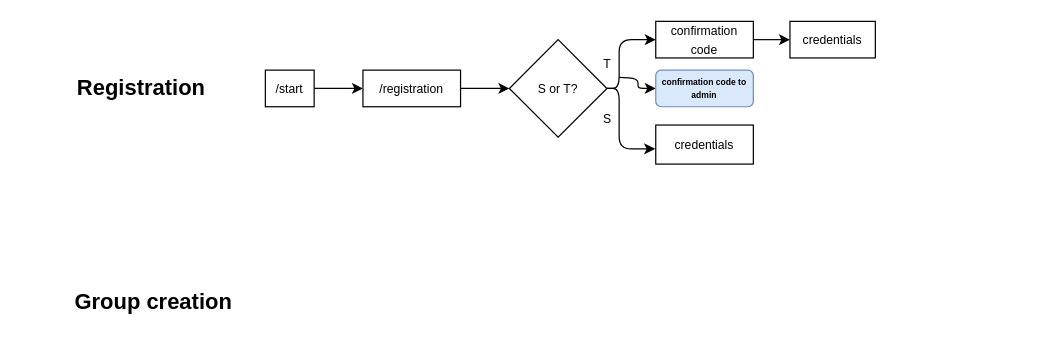
Before: page "Scenarios" (2 of 2) of schema.drawio in StEvseeva/TG_Bot_lessons_mailing, a draw.io diagram. Source tidied: cells renumbered, new cells numbered last; positions are measured from the earlier drawing's top-left corner, leaving out a move shared by most shapes. Both pictures are drawn from the tidied source at 122%, with x=0, y=0 at pixel (61, 21).
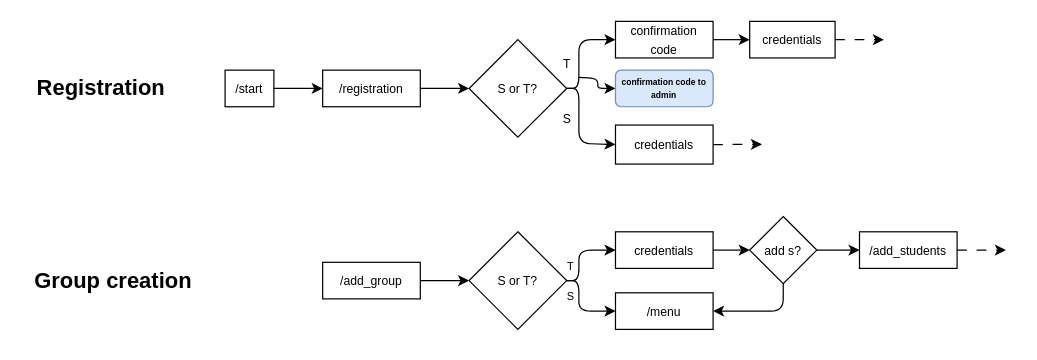
The same page after the edit.

Change to the diagram source:
```diff
@@
-    <mxCell id="2" style="group;" parent="1" vertex="1">
-      <mxGeometry width="667" height="117" as="geometry" />
-    </mxCell>
+    <mxCell id="20" style="group;" parent="1" vertex="1">
+      <mxGeometry x="-33" y="160" width="807" height="92.5" as="geometry" />
+    </mxCell>
+    <mxCell id="19" value="&lt;h2&gt;Group creation&lt;/h2&gt;" style="text;html=1;align=center;verticalAlign=middle;strokeColor=none;fillColor=none;" parent="20" vertex="1">
+      <mxGeometry y="22.5" width="150" height="60" as="geometry" />
+    </mxCell>
+    <mxCell id="21" style="group;" parent="20" vertex="1">
+      <mxGeometry x="247" width="560" height="92.5" as="geometry" />
+    </mxCell>
+    <mxCell id="22" style="edgeStyle=none;html=1;" parent="21" edge="1" source="23" target="24">
+      <mxGeometry relative="1" as="geometry" />
+    </mxCell>
+    <mxCell id="23" value="&lt;font style=&quot;font-size: 10px;&quot;&gt;/add_group&lt;/font&gt;" style="whiteSpace=wrap;html=1;" parent="21" vertex="1">
+      <mxGeometry y="37.5" width="80" height="30" as="geometry" />
+    </mxCell>
+    <mxCell id="24" value="&lt;font style=&quot;font-size: 10px;&quot;&gt;S or T?&lt;/font&gt;" style="rhombus;whiteSpace=wrap;html=1;" parent="21" vertex="1">
+      <mxGeometry x="120" y="12.5" width="80" height="80" as="geometry" />
+    </mxCell>
+    <mxCell id="25" style="edgeStyle=none;html=1;" parent="21" edge="1" source="26" target="31">
+      <mxGeometry relative="1" as="geometry" />
+    </mxCell>
+    <mxCell id="26" value="&lt;font style=&quot;font-size: 10px;&quot;&gt;credentials&lt;/font&gt;" style="whiteSpace=wrap;html=1;" parent="21" vertex="1">
+      <mxGeometry x="240" y="12.5" width="80" height="30" as="geometry" />
+    </mxCell>
+    <mxCell id="27" style="endArrow=classic;html=1;exitX=1;exitY=0.5;exitDx=0;exitDy=0;entryX=0;entryY=0.5;entryDx=0;entryDy=0;edgeStyle=orthogonalEdgeStyle;" parent="21" edge="1" source="24" target="26">
+      <mxGeometry relative="1" as="geometry">
+        <Array as="points">
+          <mxPoint x="210" y="52.5" />
+          <mxPoint x="210" y="27.5" />
+        </Array>
+      </mxGeometry>
+    </mxCell>
+    <mxCell id="28" value="&lt;span style=&quot;font-size: 10px;&quot;&gt;/menu&lt;/span&gt;" style="whiteSpace=wrap;html=1;" parent="21" vertex="1">
+      <mxGeometry x="240" y="62.5" width="80" height="30" as="geometry" />
+    </mxCell>
+    <mxCell id="29" style="endArrow=classic;html=1;exitX=1;exitY=0.5;exitDx=0;exitDy=0;entryX=0;entryY=0.5;entryDx=0;entryDy=0;edgeStyle=orthogonalEdgeStyle;" parent="21" edge="1" source="24" target="28">
+      <mxGeometry relative="1" as="geometry">
+        <Array as="points">
+          <mxPoint x="210" y="52.5" />
+          <mxPoint x="210" y="77.5" />
+        </Array>
+      </mxGeometry>
+    </mxCell>
+    <mxCell id="30" style="edgeStyle=none;html=1;" parent="21" edge="1" source="31" target="33">
+      <mxGeometry relative="1" as="geometry" />
+    </mxCell>
+    <mxCell id="31" value="&lt;font size=&quot;1&quot;&gt;add s?&lt;/font&gt;" style="rhombus;whiteSpace=wrap;html=1;" parent="21" vertex="1">
+      <mxGeometry x="350" width="55" height="55" as="geometry" />
+    </mxCell>
+    <mxCell id="32" style="endArrow=classic;html=1;exitX=0.5;exitY=1;exitDx=0;exitDy=0;entryX=1;entryY=0.5;entryDx=0;entryDy=0;edgeStyle=orthogonalEdgeStyle;" parent="21" edge="1" source="31" target="28">
+      <mxGeometry relative="1" as="geometry" />
+    </mxCell>
+    <mxCell id="33" value="&lt;font size=&quot;1&quot;&gt;/add_students&lt;/font&gt;" style="whiteSpace=wrap;html=1;" parent="21" vertex="1">
+      <mxGeometry x="440" y="12.5" width="80" height="30" as="geometry" />
+    </mxCell>
+    <mxCell id="34" style="endArrow=classic;html=1;exitX=1;exitY=0.5;exitDx=0;exitDy=0;dashed=1;dashPattern=8 8;" parent="21" edge="1" source="33">
+      <mxGeometry relative="1" as="geometry">
+        <mxPoint x="560" y="27.5" as="targetPoint" />
+      </mxGeometry>
+    </mxCell>
+    <mxCell id="35" value="&lt;font style=&quot;font-size: 9px;&quot;&gt;T&lt;/font&gt;" style="text;html=1;align=center;verticalAlign=middle;strokeColor=none;fillColor=none;" parent="21" vertex="1">
+      <mxGeometry x="188" y="25" width="30" height="30" as="geometry" />
+    </mxCell>
+    <mxCell id="36" value="&lt;font style=&quot;font-size: 9px;&quot;&gt;S&lt;/font&gt;" style="text;html=1;align=center;verticalAlign=middle;strokeColor=none;fillColor=none;" parent="21" vertex="1">
+      <mxGeometry x="188" y="50" width="30" height="30" as="geometry" />
+    </mxCell>
+    <mxCell id="37" style="endArrow=classic;html=1;dashed=1;dashPattern=8 8;" parent="1" edge="1">
+      <mxGeometry relative="1" as="geometry">
+        <mxPoint x="634" y="15" as="sourcePoint" />
+        <mxPoint x="674" y="15" as="targetPoint" />
+      </mxGeometry>
+    </mxCell>
-    <mxCell id="3" value="&lt;h2&gt;Registration&lt;/h2&gt;" style="text;html=1;align=center;verticalAlign=middle;strokeColor=none;fillColor=none;" parent="2" vertex="1">
-      <mxGeometry y="25" width="130" height="60" as="geometry" />
+    <mxCell id="3" value="&lt;h2&gt;Registration&lt;/h2&gt;" style="text;html=1;align=center;verticalAlign=middle;strokeColor=none;fillColor=none;" parent="1" vertex="1">
+      <mxGeometry x="-33" y="25" width="130" height="60" as="geometry" />
     </mxCell>
-    <mxCell id="4" style="edgeStyle=orthogonalEdgeStyle;html=1;exitX=1;exitY=0.5;exitDx=0;exitDy=0;entryX=-0.006;entryY=0.61;entryDx=0;entryDy=0;entryPerimeter=0;" parent="2" edge="1" source="5" target="9">
+    <mxCell id="4" style="edgeStyle=orthogonalEdgeStyle;html=1;exitX=1;exitY=0.5;exitDx=0;exitDy=0;entryX=0;entryY=0.5;entryDx=0;entryDy=0;" parent="1" edge="1" source="5" target="9">
       <mxGeometry relative="1" as="geometry">
         <Array as="points">
-          <mxPoint x="457" y="55" />
-          <mxPoint x="457" y="105" />
+          <mxPoint x="424" y="55" />
+          <mxPoint x="424" y="100" />
+          <mxPoint x="454" y="100" />
         </Array>
       </mxGeometry>
     </mxCell>
-    <mxCell id="5" value="&lt;font style=&quot;font-size: 10px;&quot;&gt;S or T?&lt;/font&gt;" style="rhombus;whiteSpace=wrap;html=1;rounded=0;" parent="2" vertex="1">
-      <mxGeometry x="367" y="15" width="80" height="80" as="geometry" />
+    <mxCell id="5" value="&lt;font style=&quot;font-size: 10px;&quot;&gt;S or T?&lt;/font&gt;" style="rhombus;whiteSpace=wrap;html=1;rounded=0;" parent="1" vertex="1">
+      <mxGeometry x="334" y="15" width="80" height="80" as="geometry" />
     </mxCell>
-    <mxCell id="6" style="edgeStyle=none;html=1;" parent="2" edge="1" source="7" target="13">
+    <mxCell id="6" style="edgeStyle=none;html=1;" parent="1" edge="1" source="7" target="13">
       <mxGeometry relative="1" as="geometry" />
     </mxCell>
-    <mxCell id="7" value="&lt;font style=&quot;font-size: 10px;&quot;&gt;confirmation code&lt;/font&gt;" style="whiteSpace=wrap;html=1;" parent="2" vertex="1">
-      <mxGeometry x="487" width="80" height="30" as="geometry" />
+    <mxCell id="7" value="&lt;font style=&quot;font-size: 10px;&quot;&gt;confirmation code&lt;/font&gt;" style="whiteSpace=wrap;html=1;" parent="1" vertex="1">
+      <mxGeometry x="454" width="80" height="30" as="geometry" />
     </mxCell>
-    <mxCell id="8" value="&lt;font style=&quot;font-size: 10px;&quot;&gt;T&lt;/font&gt;" style="text;html=1;align=center;verticalAlign=middle;strokeColor=none;fillColor=none;" parent="2" vertex="1">
-      <mxGeometry x="432" y="20" width="30" height="30" as="geometry" />
+    <mxCell id="8" value="&lt;font style=&quot;font-size: 10px;&quot;&gt;T&lt;/font&gt;" style="text;html=1;align=center;verticalAlign=middle;strokeColor=none;fillColor=none;" parent="1" vertex="1">
+      <mxGeometry x="399" y="20" width="30" height="30" as="geometry" />
     </mxCell>
-    <mxCell id="9" value="&lt;font style=&quot;font-size: 10px;&quot;&gt;credentials&lt;/font&gt;" style="whiteSpace=wrap;html=1;" parent="2" vertex="1">
-      <mxGeometry x="487" y="85" width="80" height="32" as="geometry" />
+    <mxCell id="9" value="&lt;font style=&quot;font-size: 10px;&quot;&gt;credentials&lt;/font&gt;" style="whiteSpace=wrap;html=1;" parent="1" vertex="1">
+      <mxGeometry x="454" y="85" width="80" height="32" as="geometry" />
     </mxCell>
-    <mxCell id="10" value="&lt;font style=&quot;font-size: 10px;&quot;&gt;S&lt;/font&gt;" style="text;html=1;align=center;verticalAlign=middle;strokeColor=none;fillColor=none;" parent="2" vertex="1">
-      <mxGeometry x="432" y="65" width="30" height="30" as="geometry" />
+    <mxCell id="10" value="&lt;font style=&quot;font-size: 10px;&quot;&gt;S&lt;/font&gt;" style="text;html=1;align=center;verticalAlign=middle;strokeColor=none;fillColor=none;" parent="1" vertex="1">
+      <mxGeometry x="399" y="65" width="30" height="30" as="geometry" />
     </mxCell>
-    <mxCell id="11" style="endArrow=classic;html=1;edgeStyle=orthogonalEdgeStyle;entryX=0;entryY=0.5;entryDx=0;entryDy=0;" parent="2" edge="1" target="12">
+    <mxCell id="11" style="endArrow=classic;html=1;edgeStyle=orthogonalEdgeStyle;entryX=0;entryY=0.5;entryDx=0;entryDy=0;" parent="1" edge="1" target="12">
       <mxGeometry relative="1" as="geometry">
-        <mxPoint x="457" y="46" as="sourcePoint" />
+        <mxPoint x="424" y="46" as="sourcePoint" />
       </mxGeometry>
     </mxCell>
-    <mxCell id="12" value="&lt;h6&gt;&lt;font face=&quot;Helvetica&quot; style=&quot;font-size: 7px;&quot;&gt;&lt;font style=&quot;&quot;&gt;confirmation code&lt;/font&gt; to admin&lt;/font&gt;&lt;/h6&gt;" style="rounded=1;whiteSpace=wrap;html=1;shadow=0;glass=0;fillColor=#dae8fc;strokeColor=#6c8ebf;" parent="2" vertex="1">
-      <mxGeometry x="487" y="40" width="80" height="30" as="geometry" />
+    <mxCell id="12" value="&lt;h6&gt;&lt;font face=&quot;Helvetica&quot; style=&quot;font-size: 7px;&quot;&gt;&lt;font style=&quot;&quot;&gt;confirmation code&lt;/font&gt; to admin&lt;/font&gt;&lt;/h6&gt;" style="rounded=1;whiteSpace=wrap;html=1;shadow=0;glass=0;fillColor=#dae8fc;strokeColor=#6c8ebf;" parent="1" vertex="1">
+      <mxGeometry x="454" y="40" width="80" height="30" as="geometry" />
     </mxCell>
-    <mxCell id="13" value="&lt;font style=&quot;font-size: 10px;&quot;&gt;credentials&lt;/font&gt;" style="whiteSpace=wrap;html=1;" parent="2" vertex="1">
-      <mxGeometry x="597" width="70" height="30" as="geometry" />
+    <mxCell id="13" value="&lt;font style=&quot;font-size: 10px;&quot;&gt;credentials&lt;/font&gt;" style="whiteSpace=wrap;html=1;" parent="1" vertex="1">
+      <mxGeometry x="564" width="70" height="30" as="geometry" />
     </mxCell>
-    <mxCell id="14" style="endArrow=classic;html=1;exitX=1;exitY=0.5;exitDx=0;exitDy=0;entryX=0;entryY=0.5;entryDx=0;entryDy=0;edgeStyle=orthogonalEdgeStyle;" parent="2" edge="1" source="5" target="7">
+    <mxCell id="14" style="endArrow=classic;html=1;exitX=1;exitY=0.5;exitDx=0;exitDy=0;entryX=0;entryY=0.5;entryDx=0;entryDy=0;edgeStyle=orthogonalEdgeStyle;" parent="1" edge="1" source="5" target="7">
       <mxGeometry relative="1" as="geometry">
         <Array as="points">
-          <mxPoint x="457" y="55" />
-          <mxPoint x="457" y="15" />
+          <mxPoint x="424" y="55" />
+          <mxPoint x="424" y="15" />
         </Array>
       </mxGeometry>
     </mxCell>
-    <mxCell id="15" style="edgeStyle=none;html=1;" parent="2" edge="1" source="18" target="5">
+    <mxCell id="15" style="edgeStyle=none;html=1;" parent="1" edge="1" source="18" target="5">
       <mxGeometry relative="1" as="geometry" />
     </mxCell>
-    <mxCell id="16" style="edgeStyle=none;html=1;" parent="2" edge="1" source="17" target="18">
+    <mxCell id="16" style="edgeStyle=none;html=1;" parent="1" edge="1" source="17" target="18">
       <mxGeometry relative="1" as="geometry" />
     </mxCell>
-    <mxCell id="17" value="&lt;font style=&quot;font-size: 10px;&quot;&gt;/start&lt;/font&gt;" style="whiteSpace=wrap;html=1;" parent="2" vertex="1">
-      <mxGeometry x="167" y="40" width="40" height="30" as="geometry" />
+    <mxCell id="17" value="&lt;font style=&quot;font-size: 10px;&quot;&gt;/start&lt;/font&gt;" style="whiteSpace=wrap;html=1;" parent="1" vertex="1">
+      <mxGeometry x="134" y="40" width="40" height="30" as="geometry" />
     </mxCell>
-    <mxCell id="18" value="&lt;font style=&quot;font-size: 10px;&quot;&gt;/registration&lt;/font&gt;" style="whiteSpace=wrap;html=1;" parent="2" vertex="1">
-      <mxGeometry x="247" y="40" width="80" height="30" as="geometry" />
+    <mxCell id="18" value="&lt;font style=&quot;font-size: 10px;&quot;&gt;/registration&lt;/font&gt;" style="whiteSpace=wrap;html=1;" parent="1" vertex="1">
+      <mxGeometry x="214" y="40" width="80" height="30" as="geometry" />
     </mxCell>
-    <mxCell id="19" value="&lt;h2&gt;Group creation&lt;/h2&gt;" style="text;html=1;align=center;verticalAlign=middle;strokeColor=none;fillColor=none;" parent="1" vertex="1">
-      <mxGeometry y="200" width="150" height="60" as="geometry" />
-    </mxCell>
+    <mxCell id="38" style="endArrow=classic;html=1;exitX=1;exitY=0.5;exitDx=0;exitDy=0;dashed=1;dashPattern=8 8;" parent="1" edge="1" source="9">
+      <mxGeometry relative="1" as="geometry">
+        <mxPoint x="574" y="100.8" as="targetPoint" />
+      </mxGeometry>
+    </mxCell>
```
